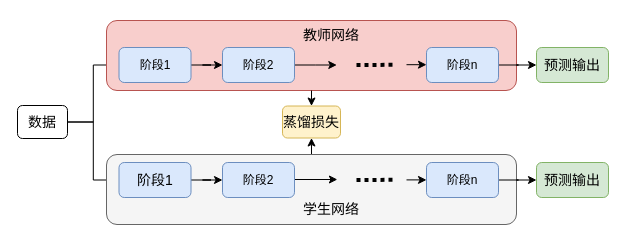
This is 3-4蒸馏2drawio.drawio from Losh-shi/graduate_map, a draw.io file, before an edit. Source tidied: cells renumbered, new cells numbered last; positions are measured from the earlier drawing's top-left corner, leaving out a move shared by most shapes. Both pictures are drawn from the tidied source at 100%, with x=0, y=0 at pixel (17, 20).
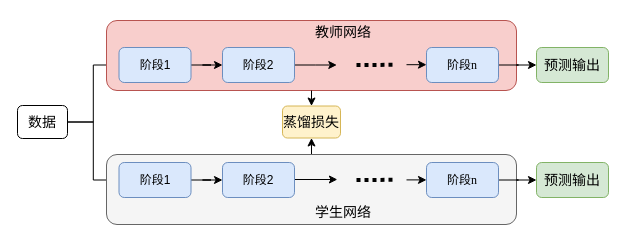
The same page after the edit.

Unchanged cells that the change refers to:
```xml
<mxCell id="6" style="group;" parent="1" vertex="1">
  <mxGeometry x="89" width="502" height="70" as="geometry" />
</mxCell>
```

What changed in the source:
```diff
@@
-    <mxCell id="15" value="&lt;font face=&quot;宋体&quot;&gt;阶段n&lt;/font&gt;" style="rounded=1;whiteSpace=wrap;html=1;fillColor=#dae8fc;strokeColor=#6c8ebf;" parent="6" vertex="1">
+    <mxCell id="15" value="&lt;font face=&quot;宋体&quot;&gt;阶段&lt;/font&gt;&lt;font face=&quot;Times New Roman&quot;&gt;n&lt;/font&gt;" style="rounded=1;whiteSpace=wrap;html=1;fillColor=#dae8fc;strokeColor=#6c8ebf;" parent="6" vertex="1">
       <mxGeometry x="320" y="27" width="72" height="35" as="geometry" />
     </mxCell>
@@
+    <mxCell id="30" value="&lt;font style=&quot;font-size: 14px;&quot; face=&quot;宋体&quot;&gt;教师网络&lt;/font&gt;" style="text;align=center;html=1;verticalAlign=middle;whiteSpace=wrap;rounded=1;strokeWidth=1;perimeterSpacing=10;" parent="6" vertex="1">
+      <mxGeometry x="200" y="-3" width="74" height="30" as="geometry" />
+    </mxCell>
@@
-    <mxCell id="21" value="&lt;font style=&quot;font-size: 14px;&quot; face=&quot;宋体&quot;&gt;阶段1&lt;/font&gt;" style="rounded=1;whiteSpace=wrap;html=1;fillColor=#dae8fc;strokeColor=#6c8ebf;" parent="1" vertex="1">
+    <mxCell id="21" value="&lt;font style=&quot;font-size: 12px;&quot; face=&quot;宋体&quot;&gt;阶段1&lt;/font&gt;" style="rounded=1;whiteSpace=wrap;html=1;fillColor=#dae8fc;strokeColor=#6c8ebf;" parent="1" vertex="1">
       <mxGeometry x="101.5" y="142" width="72" height="35" as="geometry" />
     </mxCell>
@@
-    <mxCell id="28" value="&lt;font face=&quot;宋体&quot;&gt;阶段n&lt;/font&gt;" style="rounded=1;whiteSpace=wrap;html=1;fillColor=#dae8fc;strokeColor=#6c8ebf;" parent="1" vertex="1">
+    <mxCell id="28" value="&lt;font face=&quot;宋体&quot;&gt;阶段&lt;/font&gt;&lt;font face=&quot;Times New Roman&quot;&gt;n&lt;/font&gt;" style="rounded=1;whiteSpace=wrap;html=1;fillColor=#dae8fc;strokeColor=#6c8ebf;" parent="1" vertex="1">
       <mxGeometry x="409" y="142" width="72" height="35" as="geometry" />
     </mxCell>
     <mxCell id="29" value="&lt;font style=&quot;font-size: 14px;&quot; face=&quot;宋体&quot;&gt;学生网络&lt;/font&gt;" style="text;align=center;html=1;verticalAlign=middle;whiteSpace=wrap;rounded=1;strokeWidth=1;perimeterSpacing=10;" parent="1" vertex="1">
-      <mxGeometry x="277" y="174" width="74" height="30" as="geometry" />
+      <mxGeometry x="289" y="177" width="74" height="30" as="geometry" />
     </mxCell>
-    <mxCell id="30" value="&lt;font style=&quot;font-size: 14px;&quot; face=&quot;宋体&quot;&gt;教师网络&lt;/font&gt;" style="text;align=center;html=1;verticalAlign=middle;whiteSpace=wrap;rounded=1;strokeWidth=1;perimeterSpacing=10;" parent="1" vertex="1">
-      <mxGeometry x="277" width="74" height="30" as="geometry" />
-    </mxCell>
```
